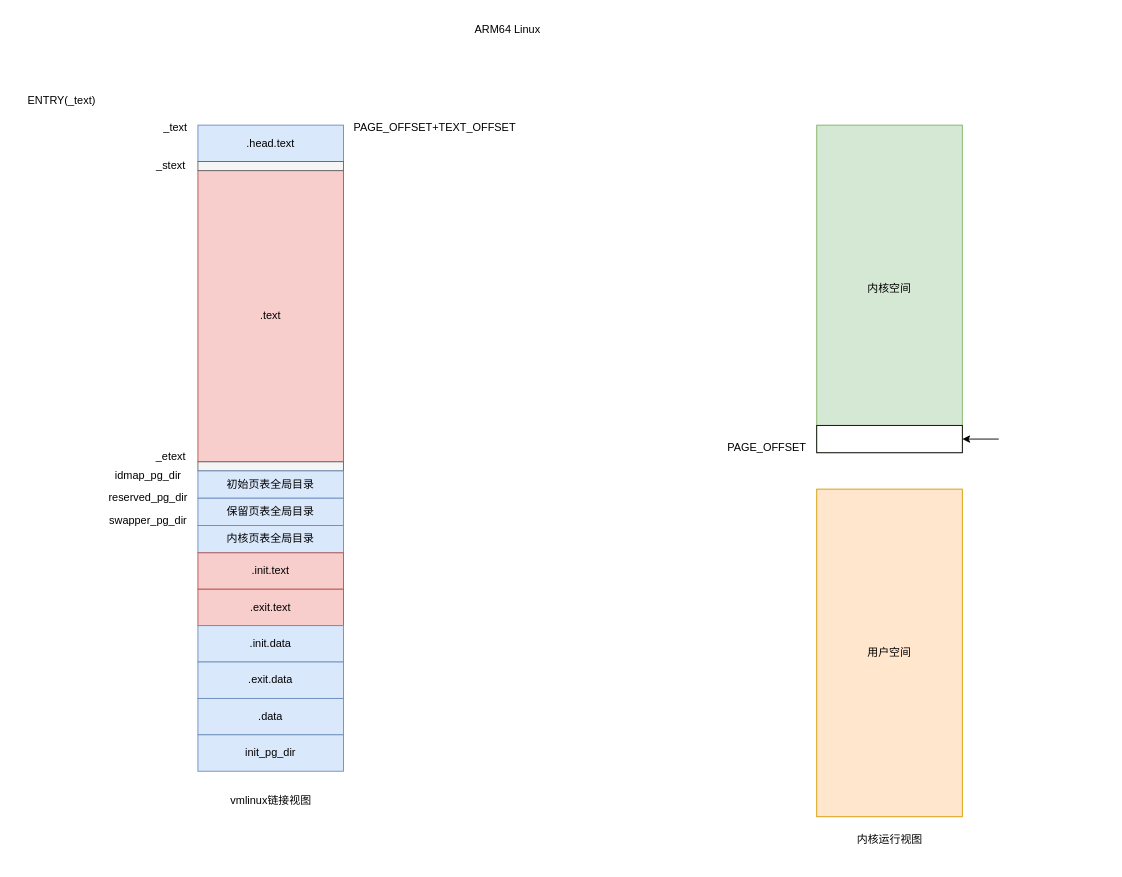
This is page "第 1 页" (1 of 2) of linux/linux_boot.drawio from Aspiresky/draw.io, a draw.io file, before an edit. Source tidied: cells renumbered, new cells numbered last; positions are measured from the earlier drawing's top-left corner, leaving out a move shared by most shapes. Both pictures are drawn from the tidied source at 91%, with x=0, y=0 at pixel (15, 15).
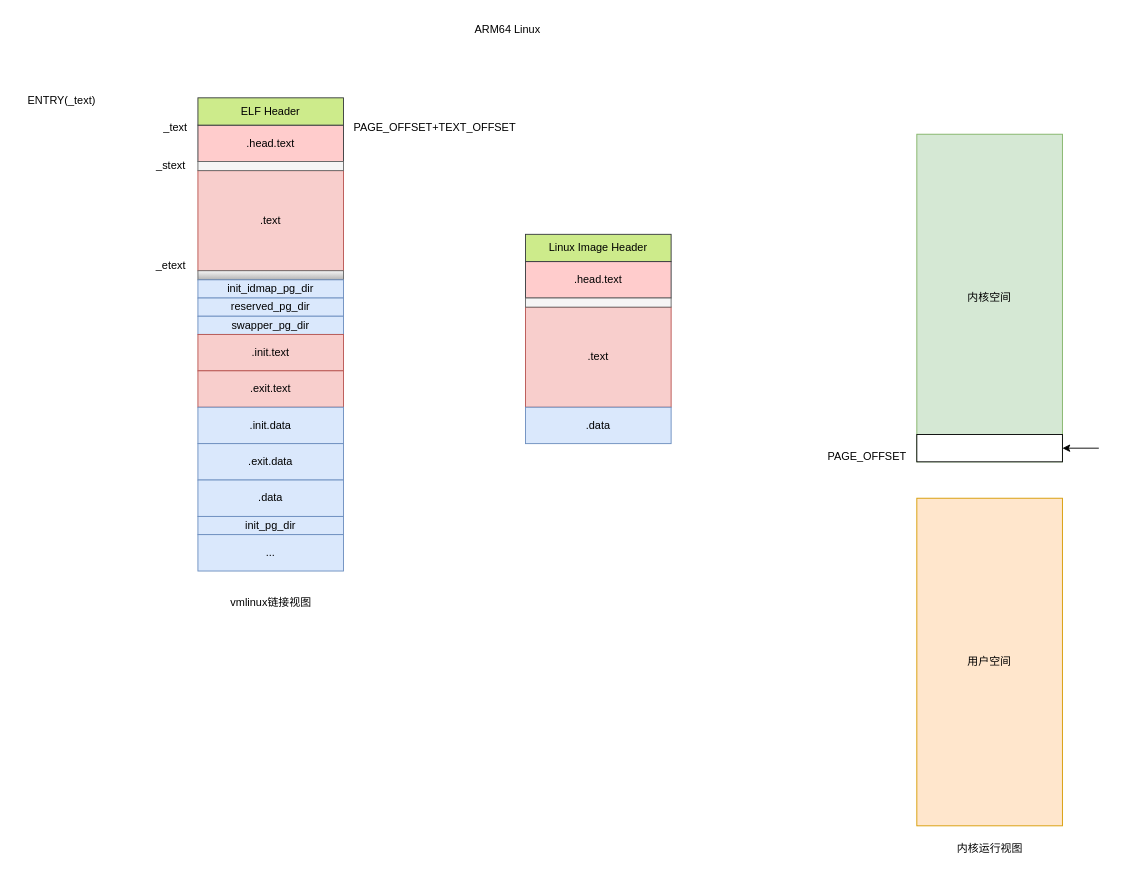
Above is the later version.

Diff of the diagram source:
```diff
@@
-    <mxCell id="2" value=".head.text" style="rounded=0;whiteSpace=wrap;html=1;fillColor=#dae8fc;strokeColor=#6c8ebf;" parent="1" vertex="1">
+    <mxCell id="2" value=".head.text" style="rounded=0;whiteSpace=wrap;html=1;fillColor=#ffcccc;strokeColor=#36393d;" parent="1" vertex="1">
       <mxGeometry x="200" y="120" width="160" height="40" as="geometry" />
     </mxCell>
     <mxCell id="3" value=".text" style="rounded=0;whiteSpace=wrap;html=1;fillColor=#f8cecc;strokeColor=#b85450;" parent="1" vertex="1">
-      <mxGeometry x="200" y="170" width="160" height="320" as="geometry" />
+      <mxGeometry x="200" y="170" width="160" height="110" as="geometry" />
     </mxCell>
@@
     <mxCell id="8" value="_etext" style="text;html=1;align=center;verticalAlign=middle;strokeColor=none;fillColor=none;" parent="1" vertex="1">
-      <mxGeometry x="140" y="470" width="60" height="30" as="geometry" />
+      <mxGeometry x="140" y="260" width="60" height="30" as="geometry" />
     </mxCell>
-    <mxCell id="9" style="rounded=0;whiteSpace=wrap;html=1;fillColor=#f5f5f5;fontColor=#333333;strokeColor=#666666;" parent="1" vertex="1">
-      <mxGeometry x="200" y="490" width="160" height="10" as="geometry" />
+    <mxCell id="9" style="rounded=0;whiteSpace=wrap;html=1;fillColor=#f5f5f5;gradientColor=#b3b3b3;strokeColor=#666666;" parent="1" vertex="1">
+      <mxGeometry x="200" y="280" width="160" height="10" as="geometry" />
     </mxCell>
-    <mxCell id="10" value="初始页表全局目录" style="rounded=0;whiteSpace=wrap;html=1;fillColor=#dae8fc;strokeColor=#6c8ebf;" parent="1" vertex="1">
-      <mxGeometry x="200" y="500" width="160" height="30" as="geometry" />
+    <mxCell id="10" value="init_idmap_pg_dir" style="rounded=0;whiteSpace=wrap;html=1;fillColor=#dae8fc;strokeColor=#6c8ebf;" parent="1" vertex="1">
+      <mxGeometry x="200" y="290" width="160" height="20" as="geometry" />
     </mxCell>
-    <mxCell id="11" value="idmap_pg_dir" style="text;html=1;align=center;verticalAlign=middle;strokeColor=none;fillColor=none;" parent="1" vertex="1">
-      <mxGeometry x="95" y="490" width="100" height="30" as="geometry" />
-    </mxCell>
-    <mxCell id="12" value="保留页表全局目录" style="rounded=0;whiteSpace=wrap;html=1;fillColor=#dae8fc;strokeColor=#6c8ebf;" parent="1" vertex="1">
-      <mxGeometry x="200" y="530" width="160" height="30" as="geometry" />
+    <mxCell id="12" value="&lt;span style=&quot;white-space: nowrap;&quot;&gt;reserved_pg_dir&lt;/span&gt;" style="rounded=0;whiteSpace=wrap;html=1;fillColor=#dae8fc;strokeColor=#6c8ebf;" parent="1" vertex="1">
+      <mxGeometry x="200" y="310" width="160" height="20" as="geometry" />
     </mxCell>
-    <mxCell id="13" value="内核页表全局目录" style="rounded=0;whiteSpace=wrap;html=1;fillColor=#dae8fc;strokeColor=#6c8ebf;" parent="1" vertex="1">
-      <mxGeometry x="200" y="560" width="160" height="30" as="geometry" />
+    <mxCell id="13" value="&lt;span style=&quot;white-space: nowrap;&quot;&gt;swapper_pg_dir&lt;/span&gt;" style="rounded=0;whiteSpace=wrap;html=1;fillColor=#dae8fc;strokeColor=#6c8ebf;" parent="1" vertex="1">
+      <mxGeometry x="200" y="330" width="160" height="20" as="geometry" />
     </mxCell>
-    <mxCell id="14" value="reserved_pg_dir" style="text;html=1;align=center;verticalAlign=middle;strokeColor=none;fillColor=none;" parent="1" vertex="1">
-      <mxGeometry x="90" y="515" width="110" height="30" as="geometry" />
-    </mxCell>
-    <mxCell id="15" value="swapper_pg_dir" style="text;html=1;align=center;verticalAlign=middle;strokeColor=none;fillColor=none;" parent="1" vertex="1">
-      <mxGeometry x="90" y="540" width="110" height="30" as="geometry" />
-    </mxCell>
@@
     <mxCell id="17" value=".init.text" style="rounded=0;whiteSpace=wrap;html=1;fillColor=#f8cecc;strokeColor=#b85450;" parent="1" vertex="1">
-      <mxGeometry x="200" y="590" width="160" height="40" as="geometry" />
+      <mxGeometry x="200" y="350" width="160" height="40" as="geometry" />
     </mxCell>
     <mxCell id="18" value=".exit.text" style="rounded=0;whiteSpace=wrap;html=1;fillColor=#f8cecc;strokeColor=#b85450;" parent="1" vertex="1">
-      <mxGeometry x="200" y="630" width="160" height="40" as="geometry" />
+      <mxGeometry x="200" y="390" width="160" height="40" as="geometry" />
     </mxCell>
     <mxCell id="19" value=".init.data" style="rounded=0;whiteSpace=wrap;html=1;fillColor=#dae8fc;strokeColor=#6c8ebf;" parent="1" vertex="1">
-      <mxGeometry x="200" y="670" width="160" height="40" as="geometry" />
+      <mxGeometry x="200" y="430" width="160" height="40" as="geometry" />
     </mxCell>
     <mxCell id="20" value=".exit.data" style="rounded=0;whiteSpace=wrap;html=1;fillColor=#dae8fc;strokeColor=#6c8ebf;" parent="1" vertex="1">
-      <mxGeometry x="200" y="710" width="160" height="40" as="geometry" />
+      <mxGeometry x="200" y="470" width="160" height="40" as="geometry" />
     </mxCell>
     <mxCell id="21" value=".data" style="rounded=0;whiteSpace=wrap;html=1;fillColor=#dae8fc;strokeColor=#6c8ebf;" parent="1" vertex="1">
-      <mxGeometry x="200" y="750" width="160" height="40" as="geometry" />
+      <mxGeometry x="200" y="510" width="160" height="40" as="geometry" />
     </mxCell>
     <mxCell id="22" value="init_pg_dir" style="rounded=0;whiteSpace=wrap;html=1;fillColor=#dae8fc;strokeColor=#6c8ebf;" parent="1" vertex="1">
-      <mxGeometry x="200" y="790" width="160" height="40" as="geometry" />
+      <mxGeometry x="200" y="550" width="160" height="20" as="geometry" />
     </mxCell>
     <mxCell id="23" value="内核空间" style="rounded=0;whiteSpace=wrap;html=1;fillColor=#d5e8d4;strokeColor=#82b366;" parent="1" vertex="1">
-      <mxGeometry x="880" y="120" width="160" height="360" as="geometry" />
+      <mxGeometry x="990" y="130" width="160" height="360" as="geometry" />
     </mxCell>
     <mxCell id="24" value="用户空间" style="rounded=0;whiteSpace=wrap;html=1;fillColor=#ffe6cc;strokeColor=#d79b00;" parent="1" vertex="1">
-      <mxGeometry x="880" y="520" width="160" height="360" as="geometry" />
+      <mxGeometry x="990" y="530" width="160" height="360" as="geometry" />
     </mxCell>
     <mxCell id="25" value="PAGE_OFFSET" style="text;html=1;align=center;verticalAlign=middle;strokeColor=none;fillColor=none;" parent="1" vertex="1">
-      <mxGeometry x="770" y="460" width="110" height="30" as="geometry" />
+      <mxGeometry x="880" y="470" width="110" height="30" as="geometry" />
     </mxCell>
     <mxCell id="26" value="vmlinux链接视图" style="text;html=1;align=center;verticalAlign=middle;strokeColor=none;fillColor=none;" parent="1" vertex="1">
-      <mxGeometry x="225" y="848" width="110" height="30" as="geometry" />
+      <mxGeometry x="225" y="630" width="110" height="30" as="geometry" />
     </mxCell>
     <mxCell id="27" value="内核运行视图" style="text;html=1;align=center;verticalAlign=middle;strokeColor=none;fillColor=none;" parent="1" vertex="1">
-      <mxGeometry x="910" y="890" width="100" height="30" as="geometry" />
+      <mxGeometry x="1020" y="900" width="100" height="30" as="geometry" />
     </mxCell>
     <mxCell id="28" style="rounded=0;whiteSpace=wrap;html=1;" parent="1" vertex="1">
-      <mxGeometry x="880" y="450" width="160" height="30" as="geometry" />
+      <mxGeometry x="990" y="460" width="160" height="30" as="geometry" />
     </mxCell>
     <mxCell id="29" style="endArrow=classic;html=1;rounded=0;entryX=1;entryY=0.5;entryDx=0;entryDy=0;" parent="1" edge="1" target="28">
       <mxGeometry relative="1" as="geometry">
-        <mxPoint x="1080" y="465" as="sourcePoint" />
+        <mxPoint x="1190" y="475" as="sourcePoint" />
       </mxGeometry>
     </mxCell>
@@
+    <mxCell id="31" value="ELF Header" style="rounded=0;whiteSpace=wrap;html=1;fillColor=#cdeb8b;strokeColor=#36393d;" parent="1" vertex="1">
+      <mxGeometry x="200" y="90" width="160" height="30" as="geometry" />
+    </mxCell>
+    <mxCell id="32" value="..." style="rounded=0;whiteSpace=wrap;html=1;fillColor=#dae8fc;strokeColor=#6c8ebf;" parent="1" vertex="1">
+      <mxGeometry x="200" y="570" width="160" height="40" as="geometry" />
+    </mxCell>
+    <mxCell id="33" value="Linux Image Header" style="rounded=0;whiteSpace=wrap;html=1;fillColor=#cdeb8b;strokeColor=#36393d;" parent="1" vertex="1">
+      <mxGeometry x="560" y="240" width="160" height="30" as="geometry" />
+    </mxCell>
+    <mxCell id="34" value=".head.text" style="rounded=0;whiteSpace=wrap;html=1;fillColor=#ffcccc;strokeColor=#36393d;" parent="1" vertex="1">
+      <mxGeometry x="560" y="270" width="160" height="40" as="geometry" />
+    </mxCell>
+    <mxCell id="35" value=".text" style="rounded=0;whiteSpace=wrap;html=1;fillColor=#f8cecc;strokeColor=#b85450;" parent="1" vertex="1">
+      <mxGeometry x="560" y="320" width="160" height="110" as="geometry" />
+    </mxCell>
+    <mxCell id="36" style="rounded=0;whiteSpace=wrap;html=1;fillColor=#f5f5f5;fontColor=#333333;strokeColor=#666666;" parent="1" vertex="1">
+      <mxGeometry x="560" y="310" width="160" height="10" as="geometry" />
+    </mxCell>
+    <mxCell id="37" value=".data" style="rounded=0;whiteSpace=wrap;html=1;fillColor=#dae8fc;strokeColor=#6c8ebf;" parent="1" vertex="1">
+      <mxGeometry x="560" y="430" width="160" height="40" as="geometry" />
+    </mxCell>
```
